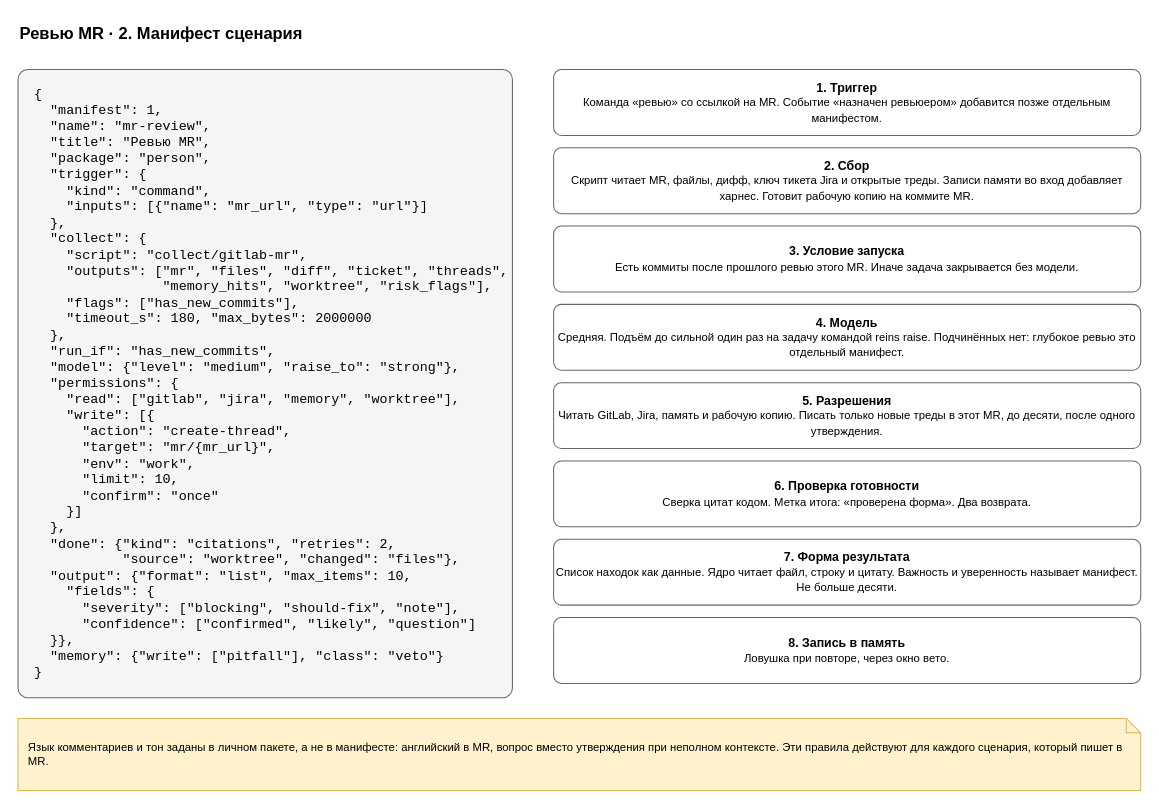
The draw.io diagram page "2. Манифест" (2 of 7) of docs/spec/harness-instance-mr-review.drawio in roygkov/reins, before the edit. Source tidied: cells renumbered, new cells numbered last; positions are measured from the earlier drawing's top-left corner, leaving out a move shared by most shapes. Both pictures are drawn from the tidied source at 103%, with x=0, y=0 at pixel (18, 18).
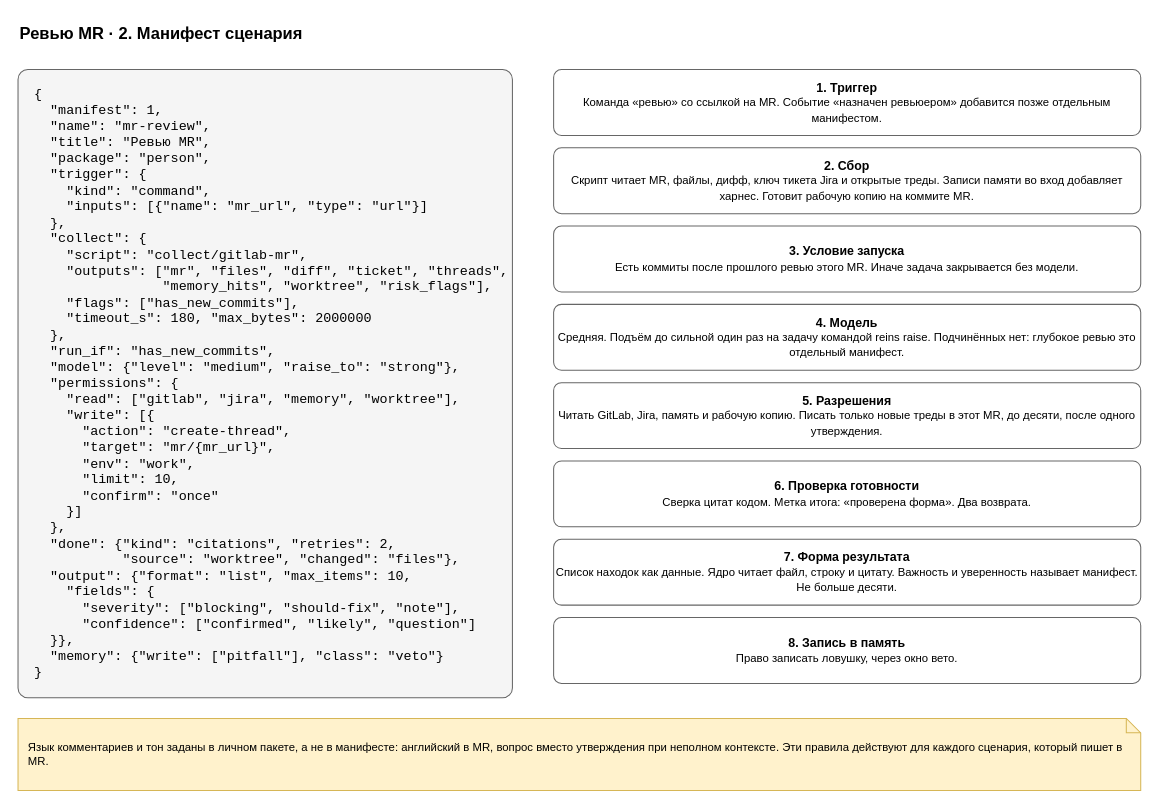
Above is the later version.

Change to the diagram source:
```diff
@@
 <mxGraphModel>
   <root>
     <mxCell id="0" />
     <mxCell id="1" parent="0" />
     <mxCell id="2" value="Ревью MR · 2. Манифест сценария" style="text;html=1;align=left;verticalAlign=middle;whiteSpace=wrap;fontSize=16;strokeColor=none;fillColor=none;fontStyle=1;" parent="1" vertex="1">
       <mxGeometry width="900" height="30" as="geometry" />
     </mxCell>
     <mxCell id="3" value="{&lt;br&gt;&amp;nbsp;&amp;nbsp;&quot;manifest&quot;:&amp;nbsp;1,&lt;br&gt;&amp;nbsp;&amp;nbsp;&quot;name&quot;:&amp;nbsp;&quot;mr-review&quot;,&lt;br&gt;&amp;nbsp;&amp;nbsp;&quot;title&quot;:&amp;nbsp;&quot;Ревью&amp;nbsp;MR&quot;,&lt;br&gt;&amp;nbsp;&amp;nbsp;&quot;package&quot;:&amp;nbsp;&quot;person&quot;,&lt;br&gt;&amp;nbsp;&amp;nbsp;&quot;trigger&quot;:&amp;nbsp;{&lt;br&gt;&amp;nbsp;&amp;nbsp;&amp;nbsp;&amp;nbsp;&quot;kind&quot;:&amp;nbsp;&quot;command&quot;,&lt;br&gt;&amp;nbsp;&amp;nbsp;&amp;nbsp;&amp;nbsp;&quot;inputs&quot;:&amp;nbsp;[{&quot;name&quot;:&amp;nbsp;&quot;mr_url&quot;,&amp;nbsp;&quot;type&quot;:&amp;nbsp;&quot;url&quot;}]&lt;br&gt;&amp;nbsp;&amp;nbsp;},&lt;br&gt;&amp;nbsp;&amp;nbsp;&quot;collect&quot;:&amp;nbsp;{&lt;br&gt;&amp;nbsp;&amp;nbsp;&amp;nbsp;&amp;nbsp;&quot;script&quot;:&amp;nbsp;&quot;collect/gitlab-mr&quot;,&lt;br&gt;&amp;nbsp;&amp;nbsp;&amp;nbsp;&amp;nbsp;&quot;outputs&quot;:&amp;nbsp;[&quot;mr&quot;,&amp;nbsp;&quot;files&quot;,&amp;nbsp;&quot;diff&quot;,&amp;nbsp;&quot;ticket&quot;,&amp;nbsp;&quot;threads&quot;,&lt;br&gt;&amp;nbsp;&amp;nbsp;&amp;nbsp;&amp;nbsp;&amp;nbsp;&amp;nbsp;&amp;nbsp;&amp;nbsp;&amp;nbsp;&amp;nbsp;&amp;nbsp;&amp;nbsp;&amp;nbsp;&amp;nbsp;&amp;nbsp;&amp;nbsp;&quot;memory_hits&quot;,&amp;nbsp;&quot;worktree&quot;,&amp;nbsp;&quot;risk_flags&quot;],&lt;br&gt;&amp;nbsp;&amp;nbsp;&amp;nbsp;&amp;nbsp;&quot;flags&quot;:&amp;nbsp;[&quot;has_new_commits&quot;],&lt;br&gt;&amp;nbsp;&amp;nbsp;&amp;nbsp;&amp;nbsp;&quot;timeout_s&quot;:&amp;nbsp;180,&amp;nbsp;&quot;max_bytes&quot;:&amp;nbsp;2000000&lt;br&gt;&amp;nbsp;&amp;nbsp;},&lt;br&gt;&amp;nbsp;&amp;nbsp;&quot;run_if&quot;:&amp;nbsp;&quot;has_new_commits&quot;,&lt;br&gt;&amp;nbsp;&amp;nbsp;&quot;model&quot;:&amp;nbsp;{&quot;level&quot;:&amp;nbsp;&quot;medium&quot;,&amp;nbsp;&quot;raise_to&quot;:&amp;nbsp;&quot;strong&quot;},&lt;br&gt;&amp;nbsp;&amp;nbsp;&quot;permissions&quot;:&amp;nbsp;{&lt;br&gt;&amp;nbsp;&amp;nbsp;&amp;nbsp;&amp;nbsp;&quot;read&quot;:&amp;nbsp;[&quot;gitlab&quot;,&amp;nbsp;&quot;jira&quot;,&amp;nbsp;&quot;memory&quot;,&amp;nbsp;&quot;worktree&quot;],&lt;br&gt;&amp;nbsp;&amp;nbsp;&amp;nbsp;&amp;nbsp;&quot;write&quot;:&amp;nbsp;[{&lt;br&gt;&amp;nbsp;&amp;nbsp;&amp;nbsp;&amp;nbsp;&amp;nbsp;&amp;nbsp;&quot;action&quot;:&amp;nbsp;&quot;create-thread&quot;,&lt;br&gt;&amp;nbsp;&amp;nbsp;&amp;nbsp;&amp;nbsp;&amp;nbsp;&amp;nbsp;&quot;target&quot;:&amp;nbsp;&quot;mr/{mr_url}&quot;,&lt;br&gt;&amp;nbsp;&amp;nbsp;&amp;nbsp;&amp;nbsp;&amp;nbsp;&amp;nbsp;&quot;env&quot;:&amp;nbsp;&quot;work&quot;,&lt;br&gt;&amp;nbsp;&amp;nbsp;&amp;nbsp;&amp;nbsp;&amp;nbsp;&amp;nbsp;&quot;limit&quot;:&amp;nbsp;10,&lt;br&gt;&amp;nbsp;&amp;nbsp;&amp;nbsp;&amp;nbsp;&amp;nbsp;&amp;nbsp;&quot;confirm&quot;:&amp;nbsp;&quot;once&quot;&lt;br&gt;&amp;nbsp;&amp;nbsp;&amp;nbsp;&amp;nbsp;}]&lt;br&gt;&amp;nbsp;&amp;nbsp;},&lt;br&gt;&amp;nbsp;&amp;nbsp;&quot;done&quot;:&amp;nbsp;{&quot;kind&quot;:&amp;nbsp;&quot;citations&quot;,&amp;nbsp;&quot;retries&quot;:&amp;nbsp;2,&lt;br&gt;&amp;nbsp;&amp;nbsp;&amp;nbsp;&amp;nbsp;&amp;nbsp;&amp;nbsp;&amp;nbsp;&amp;nbsp;&amp;nbsp;&amp;nbsp;&amp;nbsp;&quot;source&quot;:&amp;nbsp;&quot;worktree&quot;,&amp;nbsp;&quot;changed&quot;:&amp;nbsp;&quot;files&quot;},&lt;br&gt;&amp;nbsp;&amp;nbsp;&quot;output&quot;:&amp;nbsp;{&quot;format&quot;:&amp;nbsp;&quot;list&quot;,&amp;nbsp;&quot;max_items&quot;:&amp;nbsp;10,&lt;br&gt;&amp;nbsp;&amp;nbsp;&amp;nbsp;&amp;nbsp;&quot;fields&quot;:&amp;nbsp;{&lt;br&gt;&amp;nbsp;&amp;nbsp;&amp;nbsp;&amp;nbsp;&amp;nbsp;&amp;nbsp;&quot;severity&quot;:&amp;nbsp;[&quot;blocking&quot;,&amp;nbsp;&quot;should-fix&quot;,&amp;nbsp;&quot;note&quot;],&lt;br&gt;&amp;nbsp;&amp;nbsp;&amp;nbsp;&amp;nbsp;&amp;nbsp;&amp;nbsp;&quot;confidence&quot;:&amp;nbsp;[&quot;confirmed&quot;,&amp;nbsp;&quot;likely&quot;,&amp;nbsp;&quot;question&quot;]&lt;br&gt;&amp;nbsp;&amp;nbsp;}},&lt;br&gt;&amp;nbsp;&amp;nbsp;&quot;memory&quot;:&amp;nbsp;{&quot;write&quot;:&amp;nbsp;[&quot;pitfall&quot;],&amp;nbsp;&quot;class&quot;:&amp;nbsp;&quot;veto&quot;}&lt;br&gt;}" style="rounded=1;whiteSpace=wrap;html=1;fillColor=#f5f5f5;strokeColor=#666666;arcSize=2;align=left;verticalAlign=top;spacingLeft=14;spacingTop=10;fontFamily=Courier New;fontSize=13;" parent="1" vertex="1">
       <mxGeometry y="50" width="480" height="610" as="geometry" />
     </mxCell>
     <mxCell id="4" value="&lt;b&gt;1. Триггер&lt;/b&gt;&lt;br&gt;&lt;font style=&quot;font-size:11px&quot;&gt;Команда «ревью» со ссылкой на MR. Событие «назначен ревьюером» добавится позже отдельным манифестом.&lt;/font&gt;" style="rounded=1;whiteSpace=wrap;html=1;fillColor=#ffffff;strokeColor=#666666;arcSize=12;" parent="1" vertex="1">
       <mxGeometry x="520" y="50" width="570" height="64" as="geometry" />
     </mxCell>
     <mxCell id="5" value="&lt;b&gt;2. Сбор&lt;/b&gt;&lt;br&gt;&lt;font style=&quot;font-size:11px&quot;&gt;Скрипт читает MR, файлы, дифф, ключ тикета Jira и открытые треды. Записи памяти во вход добавляет харнес. Готовит рабочую копию на коммите MR.&lt;/font&gt;" style="rounded=1;whiteSpace=wrap;html=1;fillColor=#ffffff;strokeColor=#666666;arcSize=12;" parent="1" vertex="1">
       <mxGeometry x="520" y="126" width="570" height="64" as="geometry" />
     </mxCell>
     <mxCell id="6" value="&lt;b&gt;3. Условие запуска&lt;/b&gt;&lt;br&gt;&lt;font style=&quot;font-size:11px&quot;&gt;Есть коммиты после прошлого ревью этого MR. Иначе задача закрывается без модели.&lt;/font&gt;" style="rounded=1;whiteSpace=wrap;html=1;fillColor=#ffffff;strokeColor=#666666;arcSize=12;" parent="1" vertex="1">
       <mxGeometry x="520" y="202" width="570" height="64" as="geometry" />
     </mxCell>
     <mxCell id="7" value="&lt;b&gt;4. Модель&lt;/b&gt;&lt;br&gt;&lt;font style=&quot;font-size:11px&quot;&gt;Средняя. Подъём до сильной один раз на задачу командой reins raise. Подчинённых нет: глубокое ревью это отдельный манифест.&lt;/font&gt;" style="rounded=1;whiteSpace=wrap;html=1;fillColor=#ffffff;strokeColor=#666666;arcSize=12;" parent="1" vertex="1">
       <mxGeometry x="520" y="278" width="570" height="64" as="geometry" />
     </mxCell>
     <mxCell id="8" value="&lt;b&gt;5. Разрешения&lt;/b&gt;&lt;br&gt;&lt;font style=&quot;font-size:11px&quot;&gt;Читать GitLab, Jira, память и рабочую копию. Писать только новые треды в этот MR, до десяти, после одного утверждения.&lt;/font&gt;" style="rounded=1;whiteSpace=wrap;html=1;fillColor=#ffffff;strokeColor=#666666;arcSize=12;" parent="1" vertex="1">
       <mxGeometry x="520" y="354" width="570" height="64" as="geometry" />
     </mxCell>
     <mxCell id="9" value="&lt;b&gt;6. Проверка готовности&lt;/b&gt;&lt;br&gt;&lt;font style=&quot;font-size:11px&quot;&gt;Сверка цитат кодом. Метка итога: «проверена форма». Два возврата.&lt;/font&gt;" style="rounded=1;whiteSpace=wrap;html=1;fillColor=#ffffff;strokeColor=#666666;arcSize=12;" parent="1" vertex="1">
       <mxGeometry x="520" y="430" width="570" height="64" as="geometry" />
     </mxCell>
     <mxCell id="10" value="&lt;b&gt;7. Форма результата&lt;/b&gt;&lt;br&gt;&lt;font style=&quot;font-size:11px&quot;&gt;Список находок как данные. Ядро читает файл, строку и цитату. Важность и уверенность называет манифест. Не больше десяти.&lt;/font&gt;" style="rounded=1;whiteSpace=wrap;html=1;fillColor=#ffffff;strokeColor=#666666;arcSize=12;" parent="1" vertex="1">
       <mxGeometry x="520" y="506" width="570" height="64" as="geometry" />
     </mxCell>
-    <mxCell id="11" value="&lt;b&gt;8. Запись в память&lt;/b&gt;&lt;br&gt;&lt;font style=&quot;font-size:11px&quot;&gt;Ловушка при повторе, через окно вето.&lt;/font&gt;" style="rounded=1;whiteSpace=wrap;html=1;fillColor=#ffffff;strokeColor=#666666;arcSize=12;" parent="1" vertex="1">
+    <mxCell id="11" value="&lt;b&gt;8. Запись в память&lt;/b&gt;&lt;br&gt;&lt;font style=&quot;font-size:11px&quot;&gt;Право записать ловушку, через окно вето.&lt;/font&gt;" style="rounded=1;whiteSpace=wrap;html=1;fillColor=#ffffff;strokeColor=#666666;arcSize=12;" parent="1" vertex="1">
       <mxGeometry x="520" y="582" width="570" height="64" as="geometry" />
     </mxCell>
     <mxCell id="12" value="Язык комментариев и тон заданы в личном пакете, а не в манифесте: английский в MR, вопрос вместо утверждения при неполном контексте. Эти правила действуют для каждого сценария, который пишет в MR." style="shape=note;whiteSpace=wrap;html=1;backgroundOutline=1;size=14;fillColor=#fff2cc;strokeColor=#d6b656;align=left;spacingLeft=8;spacingRight=8;fontSize=11;" parent="1" vertex="1">
       <mxGeometry y="680" width="1090" height="70" as="geometry" />
     </mxCell>
   </root>
 </mxGraphModel>
```
